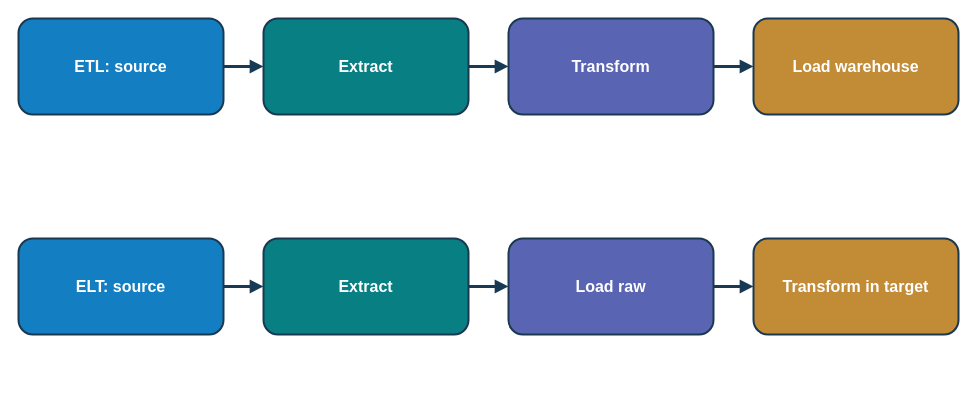
This is page "ETL and ELT: where transformation runs" (2 of 4) of 01-data-engineering-foundations/01-introduction-to-data-engineering/architecture/day01-architectures.drawio from Techskills-Aus/azure-data-engineering, a draw.io file, before an edit. Source tidied: cells renumbered, new cells numbered last; positions are measured from the earlier drawing's top-left corner, leaving out a move shared by most shapes. Both pictures are drawn from the tidied source at 100%, with x=0, y=0 at pixel (18, 18).
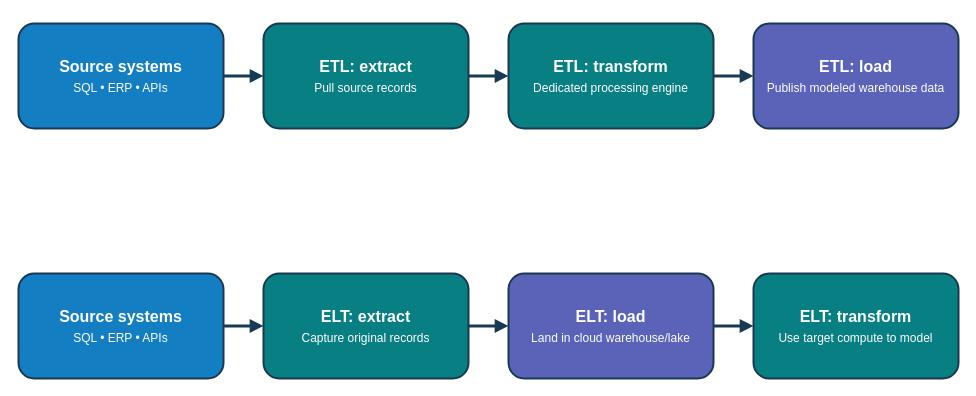
After the change.

Commit message (it also covers changes not shown here):
Publish Day 01 lesson PDFs, architecture diagrams, and slides

Diff of the diagram source:
```diff
@@
 <mxGraphModel>
   <root>
     <mxCell id="0" />
     <mxCell id="1" parent="0" />
-    <mxCell id="2" value="ETL: source" style="rounded=1;whiteSpace=wrap;html=1;fillColor=#137FC2;strokeColor=#1A3850;strokeWidth=2;fontColor=#FFFFFF;fontSize=16;fontStyle=1;align=center;verticalAlign=middle;" parent="1" vertex="1">
-      <mxGeometry width="205" height="96" as="geometry" />
-    </mxCell>
-    <mxCell id="3" value="Extract" style="rounded=1;whiteSpace=wrap;html=1;fillColor=#087F83;strokeColor=#1A3850;strokeWidth=2;fontColor=#FFFFFF;fontSize=16;fontStyle=1;align=center;verticalAlign=middle;" parent="1" vertex="1">
-      <mxGeometry x="245" width="205" height="96" as="geometry" />
-    </mxCell>
-    <mxCell id="4" style="edgeStyle=orthogonalEdgeStyle;rounded=1;html=1;endArrow=block;endFill=1;strokeColor=#183A55;strokeWidth=3;" parent="1" edge="1" source="2" target="3">
-      <mxGeometry relative="1" as="geometry" />
-    </mxCell>
-    <mxCell id="5" value="Transform" style="rounded=1;whiteSpace=wrap;html=1;fillColor=#5964B3;strokeColor=#1A3850;strokeWidth=2;fontColor=#FFFFFF;fontSize=16;fontStyle=1;align=center;verticalAlign=middle;" parent="1" vertex="1">
-      <mxGeometry x="490" width="205" height="96" as="geometry" />
-    </mxCell>
-    <mxCell id="6" style="edgeStyle=orthogonalEdgeStyle;rounded=1;html=1;endArrow=block;endFill=1;strokeColor=#183A55;strokeWidth=3;" parent="1" edge="1" source="3" target="5">
-      <mxGeometry relative="1" as="geometry" />
-    </mxCell>
-    <mxCell id="7" value="Load warehouse" style="rounded=1;whiteSpace=wrap;html=1;fillColor=#C28B36;strokeColor=#1A3850;strokeWidth=2;fontColor=#FFFFFF;fontSize=16;fontStyle=1;align=center;verticalAlign=middle;" parent="1" vertex="1">
-      <mxGeometry x="735" width="205" height="96" as="geometry" />
-    </mxCell>
-    <mxCell id="8" style="edgeStyle=orthogonalEdgeStyle;rounded=1;html=1;endArrow=block;endFill=1;strokeColor=#183A55;strokeWidth=3;" parent="1" edge="1" source="5" target="7">
-      <mxGeometry relative="1" as="geometry" />
-    </mxCell>
-    <mxCell id="9" value="ELT: source" style="rounded=1;whiteSpace=wrap;html=1;fillColor=#137FC2;strokeColor=#1A3850;strokeWidth=2;fontColor=#FFFFFF;fontSize=16;fontStyle=1;align=center;verticalAlign=middle;" parent="1" vertex="1">
-      <mxGeometry y="220" width="205" height="96" as="geometry" />
-    </mxCell>
-    <mxCell id="10" value="Extract" style="rounded=1;whiteSpace=wrap;html=1;fillColor=#087F83;strokeColor=#1A3850;strokeWidth=2;fontColor=#FFFFFF;fontSize=16;fontStyle=1;align=center;verticalAlign=middle;" parent="1" vertex="1">
-      <mxGeometry x="245" y="220" width="205" height="96" as="geometry" />
-    </mxCell>
-    <mxCell id="11" style="edgeStyle=orthogonalEdgeStyle;rounded=1;html=1;endArrow=block;endFill=1;strokeColor=#183A55;strokeWidth=3;" parent="1" edge="1" source="9" target="10">
-      <mxGeometry relative="1" as="geometry" />
-    </mxCell>
-    <mxCell id="12" value="Load raw" style="rounded=1;whiteSpace=wrap;html=1;fillColor=#5964B3;strokeColor=#1A3850;strokeWidth=2;fontColor=#FFFFFF;fontSize=16;fontStyle=1;align=center;verticalAlign=middle;" parent="1" vertex="1">
-      <mxGeometry x="490" y="220" width="205" height="96" as="geometry" />
-    </mxCell>
-    <mxCell id="13" style="edgeStyle=orthogonalEdgeStyle;rounded=1;html=1;endArrow=block;endFill=1;strokeColor=#183A55;strokeWidth=3;" parent="1" edge="1" source="10" target="12">
-      <mxGeometry relative="1" as="geometry" />
-    </mxCell>
-    <mxCell id="14" value="Transform in target" style="rounded=1;whiteSpace=wrap;html=1;fillColor=#C28B36;strokeColor=#1A3850;strokeWidth=2;fontColor=#FFFFFF;fontSize=16;fontStyle=1;align=center;verticalAlign=middle;" parent="1" vertex="1">
-      <mxGeometry x="735" y="220" width="205" height="96" as="geometry" />
-    </mxCell>
-    <mxCell id="15" style="edgeStyle=orthogonalEdgeStyle;rounded=1;html=1;endArrow=block;endFill=1;strokeColor=#183A55;strokeWidth=3;" parent="1" edge="1" source="12" target="14">
-      <mxGeometry relative="1" as="geometry" />
-    </mxCell>
+    <mxCell id="16" value="&lt;b&gt;Source systems&lt;/b&gt;&lt;br&gt;&lt;font style=&quot;font-size:12px&quot;&gt;SQL • ERP • APIs&lt;/font&gt;" style="rounded=1;whiteSpace=wrap;html=1;fillColor=#137FC2;strokeColor=#1A3850;strokeWidth=2;fontColor=#FFFFFF;fontSize=16;align=center;verticalAlign=middle;spacing=9;shadow=0;" parent="1" vertex="1">
+      <mxGeometry y="5" width="205" height="105" as="geometry" />
+    </mxCell>
+    <mxCell id="17" value="&lt;b&gt;ETL: extract&lt;/b&gt;&lt;br&gt;&lt;font style=&quot;font-size:12px&quot;&gt;Pull source records&lt;/font&gt;" style="rounded=1;whiteSpace=wrap;html=1;fillColor=#087F83;strokeColor=#1A3850;strokeWidth=2;fontColor=#FFFFFF;fontSize=16;align=center;verticalAlign=middle;spacing=9;shadow=0;" parent="1" vertex="1">
+      <mxGeometry x="245" y="5" width="205" height="105" as="geometry" />
+    </mxCell>
+    <mxCell id="18" value="&lt;b&gt;ETL: transform&lt;/b&gt;&lt;br&gt;&lt;font style=&quot;font-size:12px&quot;&gt;Dedicated processing engine&lt;/font&gt;" style="rounded=1;whiteSpace=wrap;html=1;fillColor=#087F83;strokeColor=#1A3850;strokeWidth=2;fontColor=#FFFFFF;fontSize=16;align=center;verticalAlign=middle;spacing=9;shadow=0;" parent="1" vertex="1">
+      <mxGeometry x="490" y="5" width="205" height="105" as="geometry" />
+    </mxCell>
+    <mxCell id="19" value="&lt;b&gt;ETL: load&lt;/b&gt;&lt;br&gt;&lt;font style=&quot;font-size:12px&quot;&gt;Publish modeled warehouse data&lt;/font&gt;" style="rounded=1;whiteSpace=wrap;html=1;fillColor=#5A63B7;strokeColor=#1A3850;strokeWidth=2;fontColor=#FFFFFF;fontSize=16;align=center;verticalAlign=middle;spacing=9;shadow=0;" parent="1" vertex="1">
+      <mxGeometry x="735" y="5" width="205" height="105" as="geometry" />
+    </mxCell>
+    <mxCell id="20" value="&lt;b&gt;Source systems&lt;/b&gt;&lt;br&gt;&lt;font style=&quot;font-size:12px&quot;&gt;SQL • ERP • APIs&lt;/font&gt;" style="rounded=1;whiteSpace=wrap;html=1;fillColor=#137FC2;strokeColor=#1A3850;strokeWidth=2;fontColor=#FFFFFF;fontSize=16;align=center;verticalAlign=middle;spacing=9;shadow=0;" parent="1" vertex="1">
+      <mxGeometry y="255" width="205" height="105" as="geometry" />
+    </mxCell>
+    <mxCell id="21" value="&lt;b&gt;ELT: extract&lt;/b&gt;&lt;br&gt;&lt;font style=&quot;font-size:12px&quot;&gt;Capture original records&lt;/font&gt;" style="rounded=1;whiteSpace=wrap;html=1;fillColor=#087F83;strokeColor=#1A3850;strokeWidth=2;fontColor=#FFFFFF;fontSize=16;align=center;verticalAlign=middle;spacing=9;shadow=0;" parent="1" vertex="1">
+      <mxGeometry x="245" y="255" width="205" height="105" as="geometry" />
+    </mxCell>
+    <mxCell id="22" value="&lt;b&gt;ELT: load&lt;/b&gt;&lt;br&gt;&lt;font style=&quot;font-size:12px&quot;&gt;Land in cloud warehouse/lake&lt;/font&gt;" style="rounded=1;whiteSpace=wrap;html=1;fillColor=#5A63B7;strokeColor=#1A3850;strokeWidth=2;fontColor=#FFFFFF;fontSize=16;align=center;verticalAlign=middle;spacing=9;shadow=0;" parent="1" vertex="1">
+      <mxGeometry x="490" y="255" width="205" height="105" as="geometry" />
+    </mxCell>
+    <mxCell id="23" value="&lt;b&gt;ELT: transform&lt;/b&gt;&lt;br&gt;&lt;font style=&quot;font-size:12px&quot;&gt;Use target compute to model&lt;/font&gt;" style="rounded=1;whiteSpace=wrap;html=1;fillColor=#087F83;strokeColor=#1A3850;strokeWidth=2;fontColor=#FFFFFF;fontSize=16;align=center;verticalAlign=middle;spacing=9;shadow=0;" parent="1" vertex="1">
+      <mxGeometry x="735" y="255" width="205" height="105" as="geometry" />
+    </mxCell>
+    <mxCell id="24" style="edgeStyle=orthogonalEdgeStyle;rounded=1;jettySize=auto;html=1;strokeColor=#183A55;strokeWidth=3;endArrow=block;endFill=1;" parent="1" edge="1" source="16" target="17">
+      <mxGeometry relative="1" as="geometry" />
+    </mxCell>
+    <mxCell id="25" style="edgeStyle=orthogonalEdgeStyle;rounded=1;jettySize=auto;html=1;strokeColor=#183A55;strokeWidth=3;endArrow=block;endFill=1;" parent="1" edge="1" source="17" target="18">
+      <mxGeometry relative="1" as="geometry" />
+    </mxCell>
+    <mxCell id="26" style="edgeStyle=orthogonalEdgeStyle;rounded=1;jettySize=auto;html=1;strokeColor=#183A55;strokeWidth=3;endArrow=block;endFill=1;" parent="1" edge="1" source="18" target="19">
+      <mxGeometry relative="1" as="geometry" />
+    </mxCell>
+    <mxCell id="27" style="edgeStyle=orthogonalEdgeStyle;rounded=1;jettySize=auto;html=1;strokeColor=#183A55;strokeWidth=3;endArrow=block;endFill=1;" parent="1" edge="1" source="20" target="21">
+      <mxGeometry relative="1" as="geometry" />
+    </mxCell>
+    <mxCell id="28" style="edgeStyle=orthogonalEdgeStyle;rounded=1;jettySize=auto;html=1;strokeColor=#183A55;strokeWidth=3;endArrow=block;endFill=1;" parent="1" edge="1" source="21" target="22">
+      <mxGeometry relative="1" as="geometry" />
+    </mxCell>
+    <mxCell id="29" style="edgeStyle=orthogonalEdgeStyle;rounded=1;jettySize=auto;html=1;strokeColor=#183A55;strokeWidth=3;endArrow=block;endFill=1;" parent="1" edge="1" source="22" target="23">
+      <mxGeometry relative="1" as="geometry" />
+    </mxCell>
   </root>
 </mxGraphModel>
```
